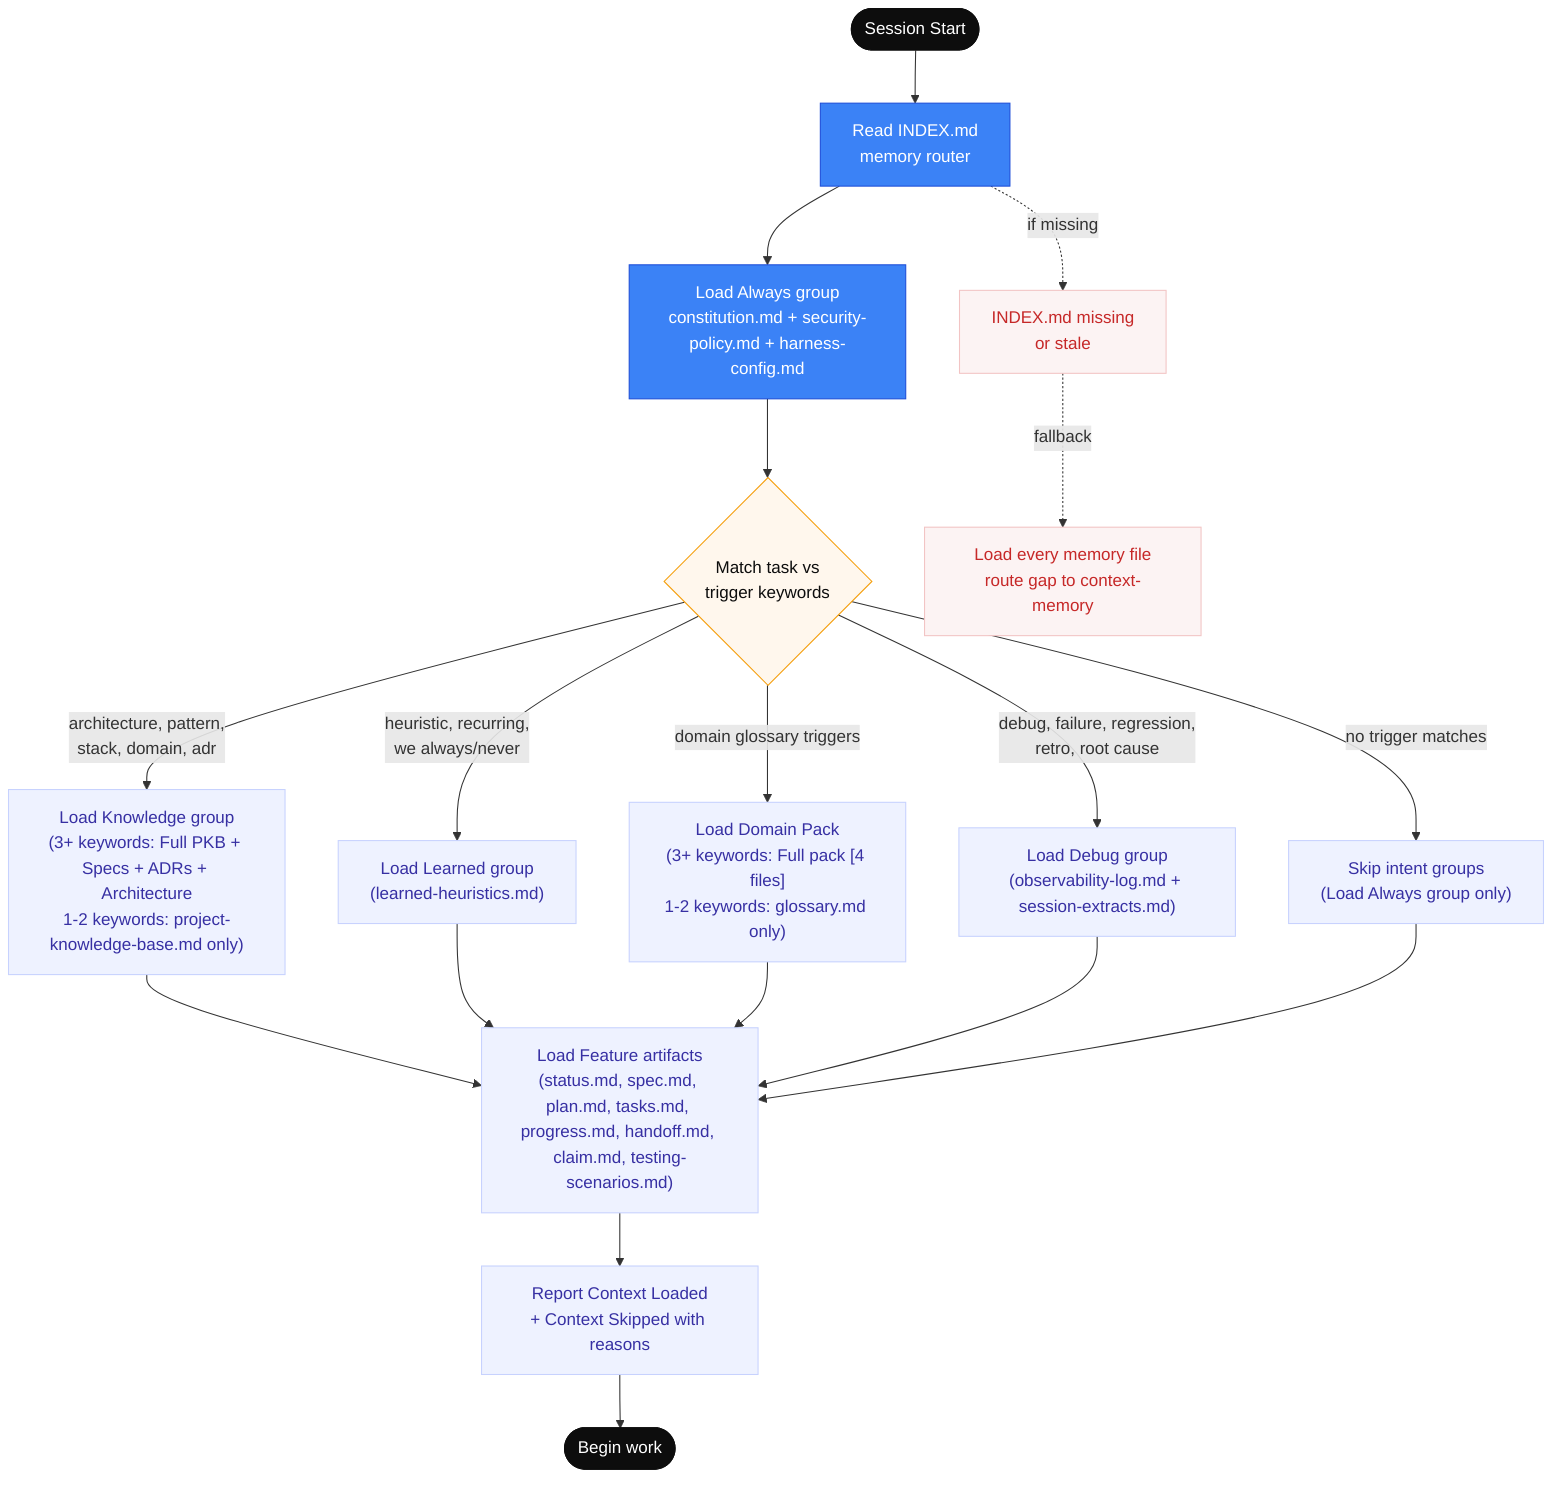
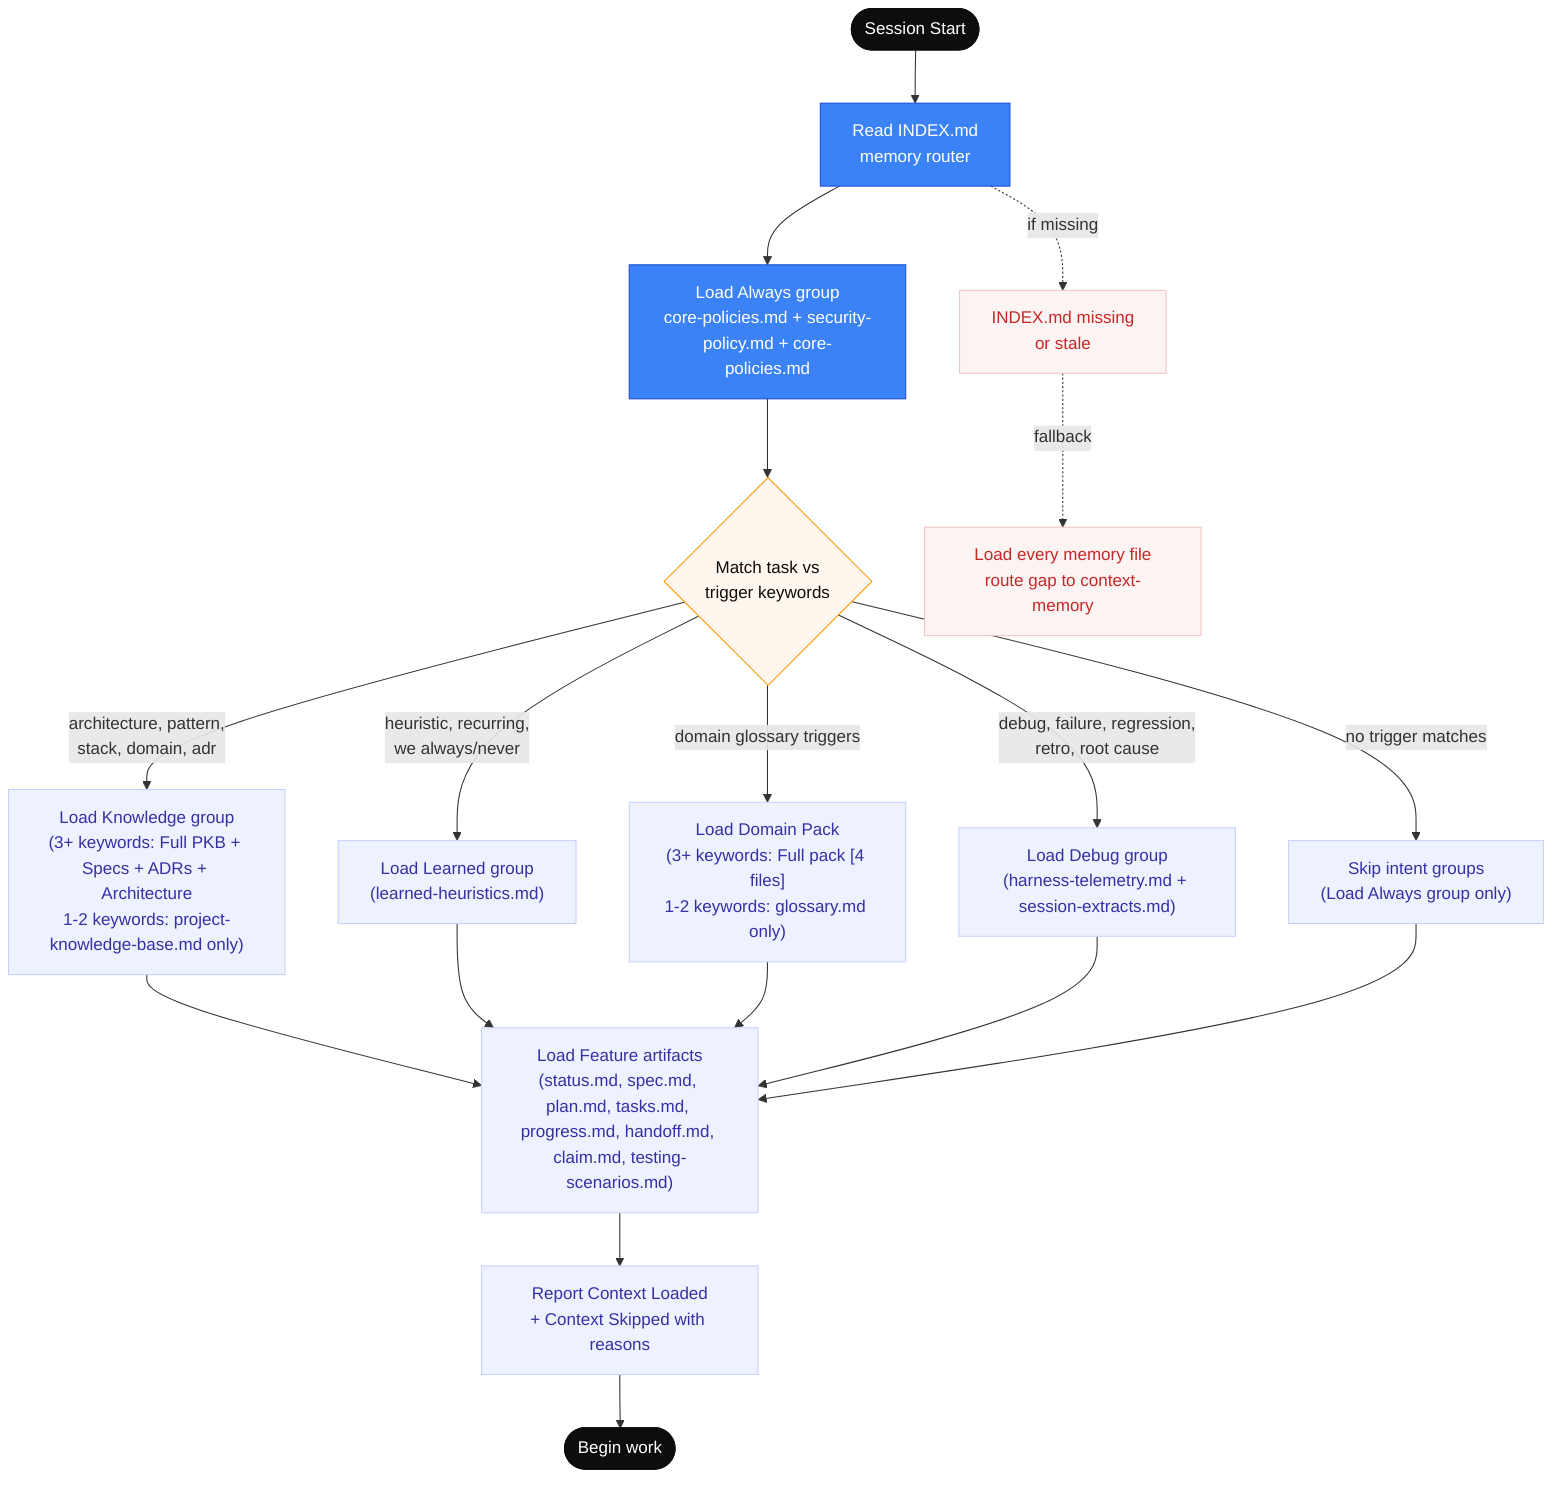
flowchart TD
    %% Smart Context Routing via INDEX.md

    START([Session Start]) --> IDX[Read INDEX.md<br/>memory router]
-     IDX --> ALWAYS[Load Always group<br/>constitution.md + security-policy.md + harness-config.md]
+     IDX --> ALWAYS[Load Always group<br/>core-policies.md + security-policy.md + core-policies.md]

    ALWAYS --> MATCH{Match task vs<br/>trigger keywords}

    MATCH -->|architecture, pattern,<br/>stack, domain, adr| KNOW["Load Knowledge group<br/>(3+ keywords: Full PKB + Specs + ADRs + Architecture<br/>1-2 keywords: project-knowledge-base.md only)"]:::group
    MATCH -->|heuristic, recurring,<br/>we always/never| LEARN["Load Learned group<br/>(learned-heuristics.md)"]:::group
    MATCH -->|domain glossary triggers| DOMAIN["Load Domain Pack<br/>(3+ keywords: Full pack [4 files]<br/>1-2 keywords: glossary.md only)"]:::group
-     MATCH -->|debug, failure, regression,<br/>retro, root cause| DEBUG["Load Debug group<br/>(observability-log.md + session-extracts.md)"]:::group
+     MATCH -->|debug, failure, regression,<br/>retro, root cause| DEBUG["Load Debug group<br/>(harness-telemetry.md + session-extracts.md)"]:::group
    MATCH -->|no trigger matches| SKIP["Skip intent groups<br/>(Load Always group only)"]:::group

    KNOW --> FEAT["Load Feature artifacts<br/>(status.md, spec.md, plan.md, tasks.md, progress.md, handoff.md, claim.md, testing-scenarios.md)"]:::group
    LEARN --> FEAT
    DOMAIN --> FEAT
    DEBUG --> FEAT
    SKIP --> FEAT

    FEAT --> REPORT[Report Context Loaded<br/>+ Context Skipped with reasons]:::group
    REPORT --> WORK([Begin work])

    STALE[INDEX.md missing<br/>or stale] -.->|fallback| ALL[Load every memory file<br/>route gap to context-memory]:::fallback
    IDX -.->|if missing| STALE

    classDef terminal fill:#0d0d0d,stroke:#0d0d0d,color:#fff
    classDef router fill:#3b82f6,stroke:#1d4ed8,color:#fff
    classDef group fill:#eef2ff,stroke:#c7d2fe,color:#3730a3
    classDef decision fill:#fff7ed,stroke:#f59e0b,color:#0d0d0d
    classDef fallback fill:#fcf3f3,stroke:#f2c4c4,color:#c62828

    class START,WORK terminal
    class IDX,ALWAYS router
    class FEAT,KNOW,LEARN,DOMAIN,DEBUG,SKIP,REPORT group
    class MATCH decision
    class STALE,ALL fallback
